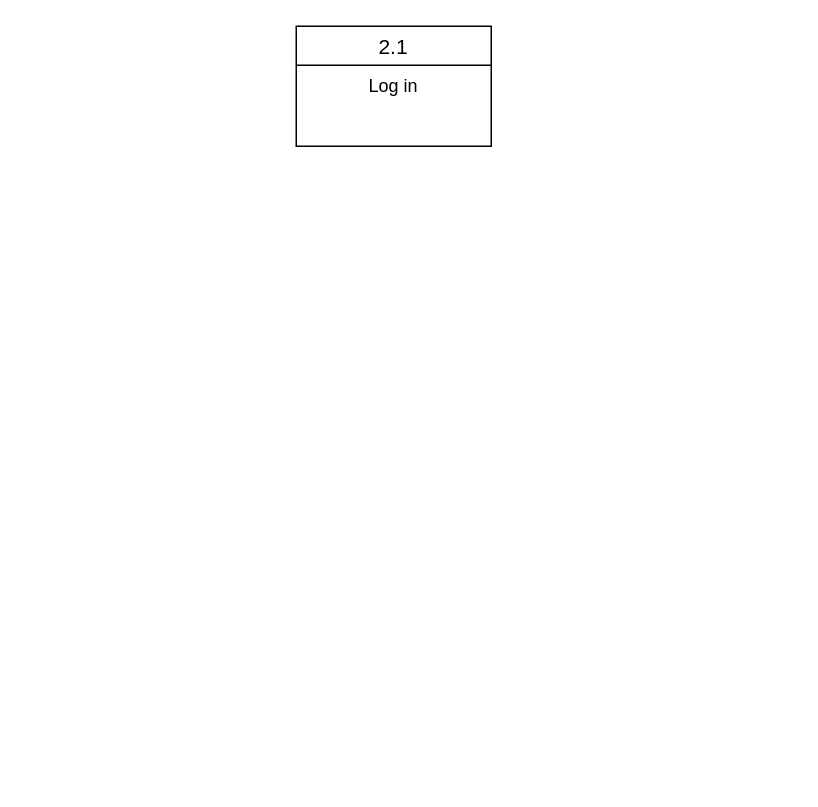
This is docs/DFDL2_2.drawio from Anurak-Creator/ANURAK-HOMELAB, a draw.io file, before an edit. Source tidied: cells renumbered, new cells numbered last; positions are measured from the earlier drawing's top-left corner, leaving out a move shared by most shapes. Both pictures are drawn from the tidied source at 150%, with x=0, y=0 at pixel (296, 26).
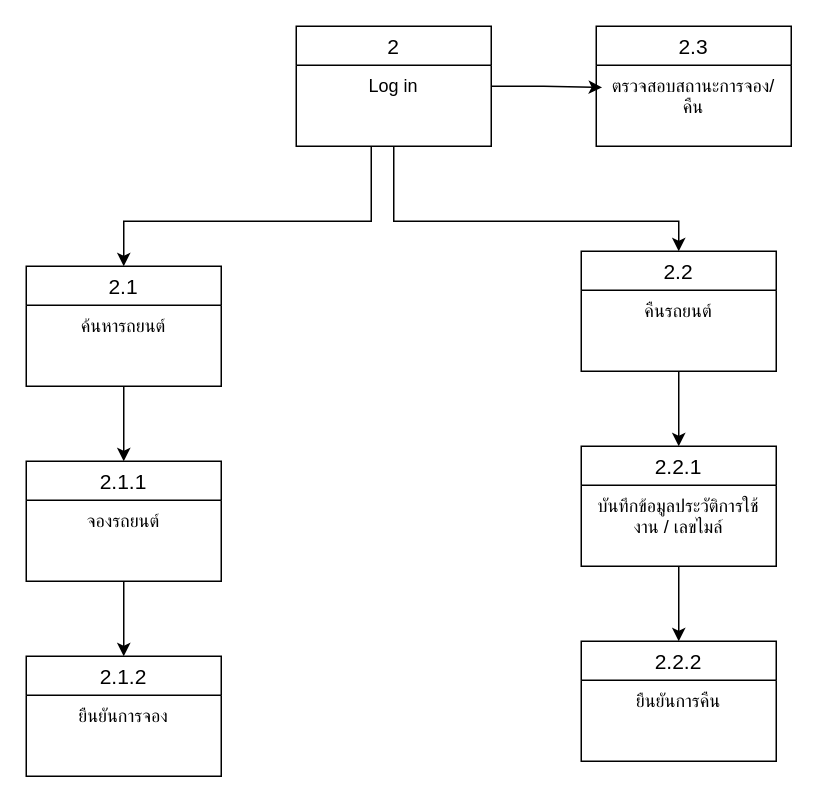
The same page after the edit.

The edit, as a diff of the source:
```diff
@@
+    <mxCell id="4" style="edgeStyle=orthogonalEdgeStyle;rounded=0;jettySize=auto;html=1;entryX=0.5;entryY=0;entryDx=0;entryDy=0;defaultLabelBackgroundColor=page;labelPadding=0 4;" parent="1" edge="1" source="2" target="10">
+      <mxGeometry relative="1" as="geometry">
+        <Array as="points">
+          <mxPoint x="50" y="130" />
+          <mxPoint x="-115" y="130" />
+        </Array>
+      </mxGeometry>
+    </mxCell>
+    <mxCell id="5" style="edgeStyle=orthogonalEdgeStyle;rounded=0;jettySize=auto;html=1;entryX=0.5;entryY=0;entryDx=0;entryDy=0;defaultLabelBackgroundColor=page;labelPadding=0 4;" parent="1" edge="1" source="2" target="7">
+      <mxGeometry relative="1" as="geometry">
+        <Array as="points">
+          <mxPoint x="65" y="130" />
+          <mxPoint x="255" y="130" />
+        </Array>
+      </mxGeometry>
+    </mxCell>
-    <mxCell id="2" value="2.1" style="swimlane;fontStyle=0;horizontal=1;startSize=26;align=center;fontSize=14;labelBackgroundColor=none;" parent="1" vertex="1">
+    <mxCell id="2" value="2" style="swimlane;fontStyle=0;horizontal=1;startSize=26;align=center;fontSize=14;labelBackgroundColor=none;" parent="1" vertex="1">
       <mxGeometry width="130" height="80" as="geometry" />
     </mxCell>
@@
+    <mxCell id="6" style="edgeStyle=orthogonalEdgeStyle;rounded=0;jettySize=auto;html=1;entryX=0.5;entryY=0;entryDx=0;entryDy=0;defaultLabelBackgroundColor=page;labelPadding=0 4;" parent="1" edge="1" source="7" target="18">
+      <mxGeometry relative="1" as="geometry" />
+    </mxCell>
+    <mxCell id="7" value="2.2" style="swimlane;fontStyle=0;horizontal=1;startSize=26;align=center;fontSize=14;labelBackgroundColor=none;" parent="1" vertex="1">
+      <mxGeometry x="190" y="150" width="130" height="80" as="geometry" />
+    </mxCell>
+    <mxCell id="8" value="คืนรถยนต์" style="text;spacingLeft=4;spacingRight=4;overflow=hidden;fontSize=12;whiteSpace=wrap;html=1;labelBackgroundColor=none;align=center;" parent="7" vertex="1">
+      <mxGeometry y="26" width="130" height="54" as="geometry" />
+    </mxCell>
+    <mxCell id="9" style="edgeStyle=orthogonalEdgeStyle;rounded=0;jettySize=auto;html=1;entryX=0.5;entryY=0;entryDx=0;entryDy=0;defaultLabelBackgroundColor=page;labelPadding=0 4;" parent="1" edge="1" source="10" target="13">
+      <mxGeometry relative="1" as="geometry" />
+    </mxCell>
+    <mxCell id="10" value="2.1" style="swimlane;fontStyle=0;horizontal=1;startSize=26;align=center;fontSize=14;labelBackgroundColor=none;" parent="1" vertex="1">
+      <mxGeometry x="-180" y="160" width="130" height="80" as="geometry" />
+    </mxCell>
+    <mxCell id="11" value="ค้นหารถยนต์" style="text;spacingLeft=4;spacingRight=4;overflow=hidden;fontSize=12;whiteSpace=wrap;html=1;labelBackgroundColor=none;align=center;" parent="10" vertex="1">
+      <mxGeometry y="26" width="130" height="54" as="geometry" />
+    </mxCell>
+    <mxCell id="12" style="edgeStyle=orthogonalEdgeStyle;rounded=0;jettySize=auto;html=1;entryX=0.5;entryY=0;entryDx=0;entryDy=0;defaultLabelBackgroundColor=page;labelPadding=0 4;" parent="1" edge="1" source="13" target="15">
+      <mxGeometry relative="1" as="geometry" />
+    </mxCell>
+    <mxCell id="13" value="2.1.1" style="swimlane;fontStyle=0;horizontal=1;startSize=26;align=center;fontSize=14;labelBackgroundColor=none;" parent="1" vertex="1">
+      <mxGeometry x="-180" y="290" width="130" height="80" as="geometry" />
+    </mxCell>
+    <mxCell id="14" value="จองรถยนต์" style="text;spacingLeft=4;spacingRight=4;overflow=hidden;fontSize=12;whiteSpace=wrap;html=1;labelBackgroundColor=none;align=center;" parent="13" vertex="1">
+      <mxGeometry y="26" width="130" height="54" as="geometry" />
+    </mxCell>
+    <mxCell id="15" value="2.1.2" style="swimlane;fontStyle=0;horizontal=1;startSize=26;align=center;fontSize=14;labelBackgroundColor=none;" parent="1" vertex="1">
+      <mxGeometry x="-180" y="420" width="130" height="80" as="geometry" />
+    </mxCell>
+    <mxCell id="16" value="ยืนยันการจอง" style="text;spacingLeft=4;spacingRight=4;overflow=hidden;fontSize=12;whiteSpace=wrap;html=1;labelBackgroundColor=none;align=center;" parent="15" vertex="1">
+      <mxGeometry y="26" width="130" height="54" as="geometry" />
+    </mxCell>
+    <mxCell id="17" style="edgeStyle=orthogonalEdgeStyle;rounded=0;jettySize=auto;html=1;entryX=0.5;entryY=0;entryDx=0;entryDy=0;defaultLabelBackgroundColor=page;labelPadding=0 4;" parent="1" edge="1" source="18" target="20">
+      <mxGeometry relative="1" as="geometry" />
+    </mxCell>
+    <mxCell id="18" value="2.2.1" style="swimlane;fontStyle=0;horizontal=1;startSize=26;align=center;fontSize=14;labelBackgroundColor=none;" parent="1" vertex="1">
+      <mxGeometry x="190" y="280" width="130" height="80" as="geometry" />
+    </mxCell>
+    <mxCell id="19" value="บันทึกข้อมูลประวัติการใช้งาน / เลขไมล์" style="text;spacingLeft=4;spacingRight=4;overflow=hidden;fontSize=12;whiteSpace=wrap;html=1;labelBackgroundColor=none;align=center;" parent="18" vertex="1">
+      <mxGeometry y="26" width="130" height="54" as="geometry" />
+    </mxCell>
+    <mxCell id="20" value="2.2.2" style="swimlane;fontStyle=0;horizontal=1;startSize=26;align=center;fontSize=14;labelBackgroundColor=none;" parent="1" vertex="1">
+      <mxGeometry x="190" y="410" width="130" height="80" as="geometry" />
+    </mxCell>
+    <mxCell id="21" value="ยืนยันการคืน" style="text;spacingLeft=4;spacingRight=4;overflow=hidden;fontSize=12;whiteSpace=wrap;html=1;labelBackgroundColor=none;align=center;" parent="20" vertex="1">
+      <mxGeometry y="26" width="130" height="54" as="geometry" />
+    </mxCell>
+    <mxCell id="22" value="2.3" style="swimlane;fontStyle=0;horizontal=1;startSize=26;align=center;fontSize=14;labelBackgroundColor=none;" parent="1" vertex="1">
+      <mxGeometry x="200" width="130" height="80" as="geometry" />
+    </mxCell>
+    <mxCell id="23" value="ตรวจสอบสถานะการจอง/คืน" style="text;spacingLeft=4;spacingRight=4;overflow=hidden;points=[[0,0.5],[1,0.5]];portConstraint=eastwest;fontSize=12;whiteSpace=wrap;html=1;labelBackgroundColor=none;align=center;" parent="22" vertex="1">
+      <mxGeometry y="26" width="130" height="54" as="geometry" />
+    </mxCell>
+    <mxCell id="24" style="edgeStyle=orthogonalEdgeStyle;rounded=0;jettySize=auto;html=1;entryX=0.03;entryY=0.274;entryDx=0;entryDy=0;entryPerimeter=0;defaultLabelBackgroundColor=page;labelPadding=0 4;" parent="1" edge="1" source="2" target="23">
+      <mxGeometry relative="1" as="geometry" />
+    </mxCell>
```
